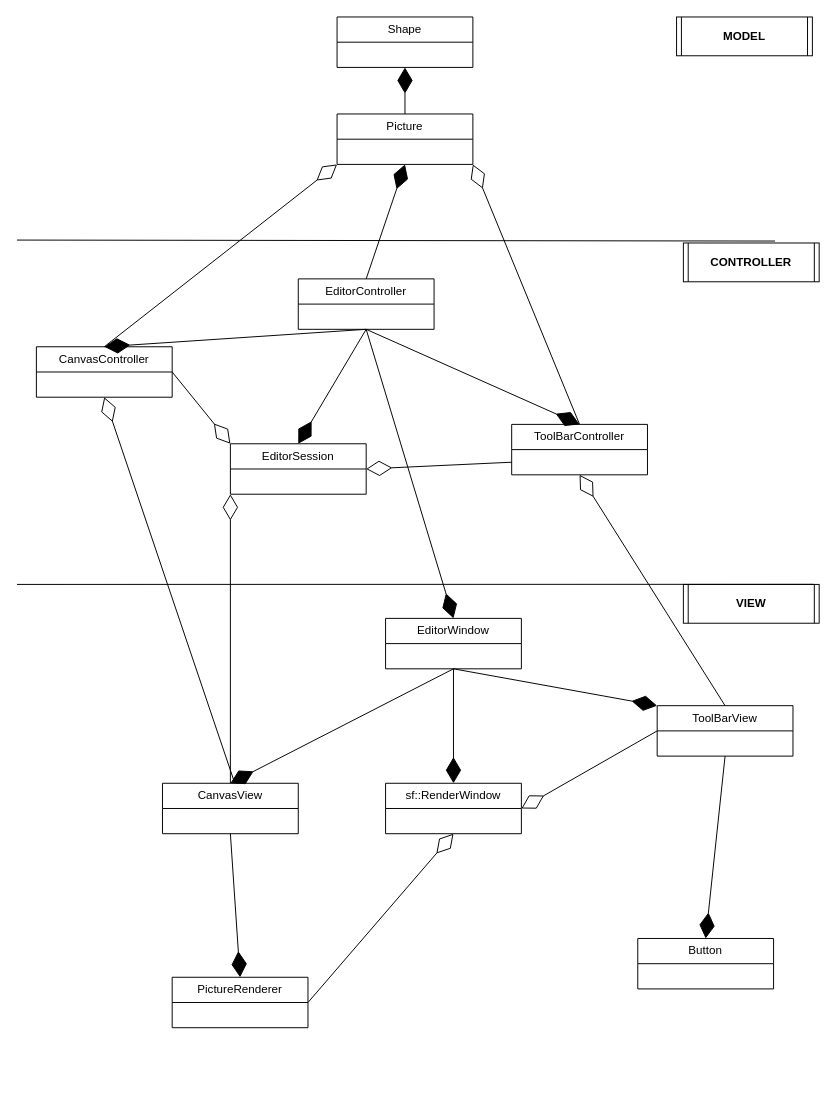
MrTorD/ood keeps this draw.io diagram as lw3/guiShapes/UML.drawio. Above is the earlier version. Source tidied: cells renumbered, new cells numbered last; positions are measured from the earlier drawing's top-left corner, leaving out a move shared by most shapes. Both pictures are drawn from the tidied source at 97%, with x=0, y=0 at pixel (16, 16).
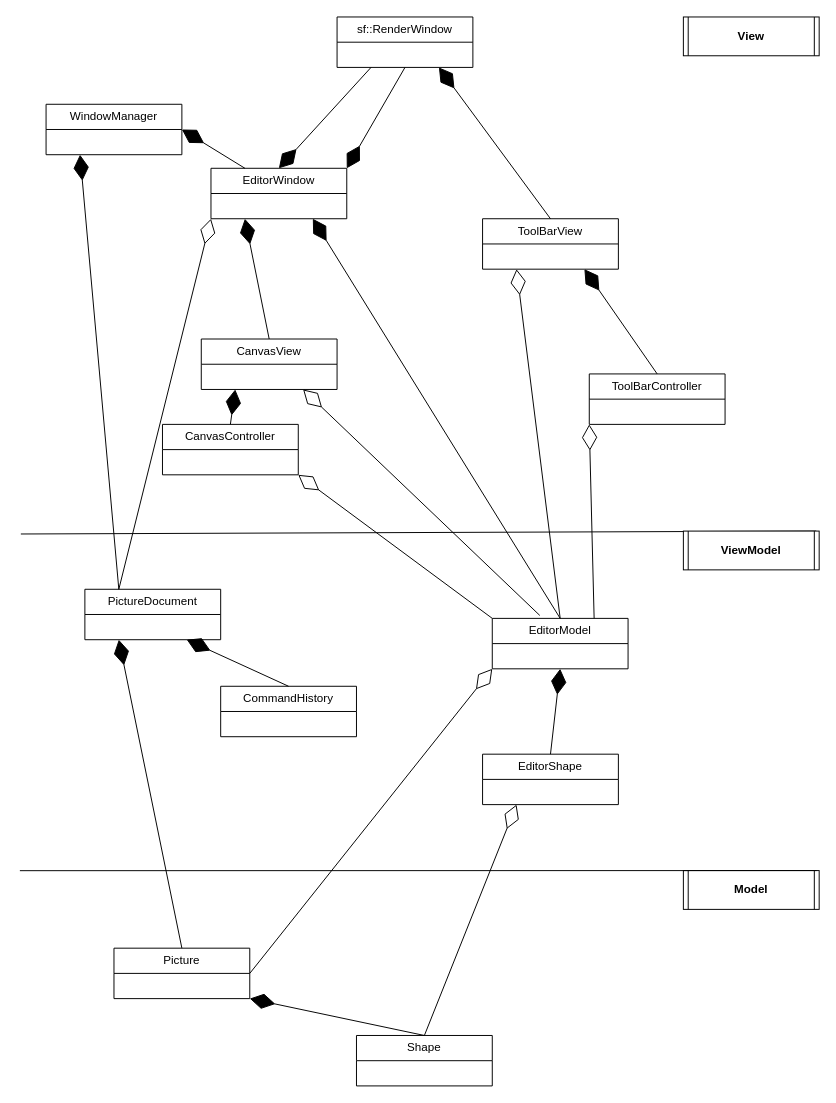
After the change.

Commit message:
lw3 - UML-диаграмма отражает актуальное состояние программы

What changed in the source:
```diff
@@
     <mxCell id="2" value="EditorWindow" style="swimlane;fontStyle=0;horizontal=1;startSize=26;fillColor=none;whiteSpace=wrap;html=1;" parent="1" vertex="1">
-      <mxGeometry x="380" y="620" width="140" height="52" as="geometry" />
+      <mxGeometry x="200" y="156" width="140" height="52" as="geometry" />
     </mxCell>
     <mxCell id="3" value="ToolBarView" style="swimlane;fontStyle=0;horizontal=1;startSize=26;fillColor=none;whiteSpace=wrap;html=1;" parent="1" vertex="1">
-      <mxGeometry x="660" y="710" width="140" height="52" as="geometry" />
+      <mxGeometry x="480" y="208" width="140" height="52" as="geometry" />
     </mxCell>
     <mxCell id="4" value="CanvasView" style="swimlane;fontStyle=0;horizontal=1;startSize=26;fillColor=none;whiteSpace=wrap;html=1;" parent="1" vertex="1">
-      <mxGeometry x="150" y="790" width="140" height="52" as="geometry" />
+      <mxGeometry x="190" y="332" width="140" height="52" as="geometry" />
     </mxCell>
-    <mxCell id="5" style="endArrow=diamondThin;endFill=1;endSize=24;html=1;rounded=0;entryX=0.5;entryY=0;entryDx=0;entryDy=0;exitX=0.5;exitY=1;exitDx=0;exitDy=0;" parent="1" edge="1" source="2" target="4">
+    <mxCell id="5" style="endArrow=diamondThin;endFill=1;endSize=24;html=1;rounded=0;entryX=0.75;entryY=1;entryDx=0;entryDy=0;exitX=0.5;exitY=0;exitDx=0;exitDy=0;" parent="1" edge="1" source="40" target="39">
       <mxGeometry relative="1" as="geometry" />
     </mxCell>
-    <mxCell id="6" style="endArrow=diamondThin;endFill=1;endSize=24;html=1;rounded=0;entryX=0;entryY=0;entryDx=0;entryDy=0;exitX=0.5;exitY=1;exitDx=0;exitDy=0;" parent="1" edge="1" source="2" target="3">
-      <mxGeometry relative="1" as="geometry" />
-    </mxCell>
-    <mxCell id="7" value="PictureRenderer" style="swimlane;fontStyle=0;horizontal=1;startSize=26;fillColor=none;whiteSpace=wrap;html=1;" parent="1" vertex="1">
-      <mxGeometry x="160" y="990" width="140" height="52" as="geometry" />
+    <mxCell id="7" value="ToolBarController" style="swimlane;fontStyle=0;horizontal=1;startSize=26;fillColor=none;whiteSpace=wrap;html=1;" parent="1" vertex="1">
+      <mxGeometry x="590" y="368" width="140" height="52" as="geometry" />
     </mxCell>
-    <mxCell id="8" style="endArrow=diamondThin;endFill=1;endSize=24;html=1;rounded=0;entryX=0.5;entryY=0;entryDx=0;entryDy=0;exitX=0.5;exitY=1;exitDx=0;exitDy=0;" parent="1" edge="1" source="4" target="7">
-      <mxGeometry relative="1" as="geometry" />
-    </mxCell>
-    <mxCell id="9" value="Button" style="swimlane;fontStyle=0;horizontal=1;startSize=26;fillColor=none;whiteSpace=wrap;html=1;" parent="1" vertex="1">
-      <mxGeometry x="640" y="950" width="140" height="52" as="geometry" />
-    </mxCell>
-    <mxCell id="10" style="endArrow=diamondThin;endFill=1;endSize=24;html=1;rounded=0;entryX=0.5;entryY=0;entryDx=0;entryDy=0;exitX=0.5;exitY=1;exitDx=0;exitDy=0;" parent="1" edge="1" source="3" target="9">
-      <mxGeometry relative="1" as="geometry" />
-    </mxCell>
-    <mxCell id="11" value="Picture" style="swimlane;fontStyle=0;horizontal=1;startSize=26;fillColor=none;whiteSpace=wrap;html=1;" parent="1" vertex="1">
-      <mxGeometry x="330" y="100" width="140" height="52" as="geometry" />
-    </mxCell>
-    <mxCell id="12" value="Shape" style="swimlane;fontStyle=0;horizontal=1;startSize=26;fillColor=none;whiteSpace=wrap;html=1;" parent="1" vertex="1">
-      <mxGeometry x="330" width="140" height="52" as="geometry" />
-    </mxCell>
-    <mxCell id="13" style="endArrow=diamondThin;endFill=1;endSize=24;html=1;rounded=0;exitX=0.5;exitY=0;exitDx=0;exitDy=0;entryX=0.5;entryY=1;entryDx=0;entryDy=0;" parent="1" edge="1" source="11" target="12">
-      <mxGeometry relative="1" as="geometry" />
-    </mxCell>
-    <mxCell id="14" value="EditorSession" style="swimlane;fontStyle=0;horizontal=1;startSize=26;fillColor=none;whiteSpace=wrap;html=1;" parent="1" vertex="1">
-      <mxGeometry x="220" y="440" width="140" height="52" as="geometry" />
-    </mxCell>
-    <mxCell id="15" value="EditorController" style="swimlane;fontStyle=0;horizontal=1;startSize=26;fillColor=none;whiteSpace=wrap;html=1;" parent="1" vertex="1">
-      <mxGeometry x="290" y="270" width="140" height="52" as="geometry" />
-    </mxCell>
-    <mxCell id="16" style="endArrow=diamondThin;endFill=1;endSize=24;html=1;rounded=0;entryX=0.5;entryY=0;entryDx=0;entryDy=0;exitX=0.5;exitY=1;exitDx=0;exitDy=0;" parent="1" edge="1" source="15" target="14">
-      <mxGeometry relative="1" as="geometry" />
-    </mxCell>
-    <mxCell id="17" value="ToolBarController" style="swimlane;fontStyle=0;horizontal=1;startSize=26;fillColor=none;whiteSpace=wrap;html=1;" parent="1" vertex="1">
-      <mxGeometry x="510" y="420" width="140" height="52" as="geometry" />
-    </mxCell>
-    <mxCell id="18" value="CanvasController" style="swimlane;fontStyle=0;horizontal=1;startSize=26;fillColor=none;whiteSpace=wrap;html=1;" parent="1" vertex="1">
-      <mxGeometry x="20" y="340" width="140" height="52" as="geometry" />
-    </mxCell>
-    <mxCell id="19" style="endArrow=diamondThin;endFill=1;endSize=24;html=1;rounded=0;entryX=0.5;entryY=0;entryDx=0;entryDy=0;exitX=0.5;exitY=1;exitDx=0;exitDy=0;" parent="1" edge="1" source="15" target="18">
-      <mxGeometry relative="1" as="geometry" />
-    </mxCell>
-    <mxCell id="20" style="endArrow=diamondThin;endFill=1;endSize=24;html=1;rounded=0;entryX=0.5;entryY=0;entryDx=0;entryDy=0;exitX=0.5;exitY=1;exitDx=0;exitDy=0;" parent="1" edge="1" source="15" target="17">
-      <mxGeometry relative="1" as="geometry" />
-    </mxCell>
-    <mxCell id="21" style="endArrow=diamondThin;endFill=0;endSize=24;html=1;rounded=0;exitX=0.5;exitY=0;exitDx=0;exitDy=0;entryX=0.5;entryY=1;entryDx=0;entryDy=0;" parent="1" edge="1" source="3" target="17">
-      <mxGeometry relative="1" as="geometry" />
-    </mxCell>
-    <mxCell id="22" style="endArrow=diamondThin;endFill=1;endSize=24;html=1;rounded=0;entryX=0.5;entryY=0;entryDx=0;entryDy=0;exitX=0.5;exitY=1;exitDx=0;exitDy=0;" parent="1" edge="1" source="15" target="2">
-      <mxGeometry relative="1" as="geometry" />
-    </mxCell>
-    <mxCell id="23" style="endArrow=diamondThin;endFill=1;endSize=24;html=1;rounded=0;entryX=0.5;entryY=1;entryDx=0;entryDy=0;exitX=0.5;exitY=0;exitDx=0;exitDy=0;" parent="1" edge="1" source="15" target="11">
-      <mxGeometry relative="1" as="geometry" />
-    </mxCell>
-    <mxCell id="24" style="endArrow=diamondThin;endFill=0;endSize=24;html=1;rounded=0;exitX=0.5;exitY=0;exitDx=0;exitDy=0;entryX=0;entryY=1;entryDx=0;entryDy=0;" parent="1" edge="1" source="18" target="11">
-      <mxGeometry relative="1" as="geometry" />
-    </mxCell>
-    <mxCell id="25" style="endArrow=diamondThin;endFill=0;endSize=24;html=1;rounded=0;exitX=1;exitY=0.5;exitDx=0;exitDy=0;entryX=0;entryY=0;entryDx=0;entryDy=0;" parent="1" edge="1" source="18" target="14">
-      <mxGeometry relative="1" as="geometry" />
-    </mxCell>
-    <mxCell id="26" style="endArrow=diamondThin;endFill=0;endSize=24;html=1;rounded=0;exitX=0;exitY=0.75;exitDx=0;exitDy=0;entryX=1;entryY=0.5;entryDx=0;entryDy=0;" parent="1" edge="1" source="17" target="14">
-      <mxGeometry relative="1" as="geometry" />
-    </mxCell>
-    <mxCell id="27" style="endArrow=diamondThin;endFill=0;endSize=24;html=1;rounded=0;exitX=0.5;exitY=0;exitDx=0;exitDy=0;entryX=1;entryY=1;entryDx=0;entryDy=0;" parent="1" edge="1" source="17" target="11">
-      <mxGeometry relative="1" as="geometry" />
-    </mxCell>
-    <mxCell id="28" style="endArrow=diamondThin;endFill=0;endSize=24;html=1;rounded=0;exitX=0.5;exitY=0;exitDx=0;exitDy=0;entryX=0;entryY=1;entryDx=0;entryDy=0;" parent="1" edge="1" source="4" target="14">
-      <mxGeometry relative="1" as="geometry" />
-    </mxCell>
-    <mxCell id="29" style="endArrow=diamondThin;endFill=0;endSize=24;html=1;rounded=0;entryX=0.5;entryY=1;entryDx=0;entryDy=0;exitX=0.527;exitY=-0.045;exitDx=0;exitDy=0;exitPerimeter=0;" parent="1" edge="1" source="4" target="18">
-      <mxGeometry relative="1" as="geometry" />
-    </mxCell>
-    <mxCell id="30" value="sf::RenderWindow" style="swimlane;fontStyle=0;horizontal=1;startSize=26;fillColor=none;whiteSpace=wrap;html=1;" parent="1" vertex="1">
-      <mxGeometry x="380" y="790" width="140" height="52" as="geometry" />
-    </mxCell>
-    <mxCell id="31" style="endArrow=diamondThin;endFill=1;endSize=24;html=1;rounded=0;entryX=0.5;entryY=0;entryDx=0;entryDy=0;exitX=0.5;exitY=1;exitDx=0;exitDy=0;" parent="1" edge="1" source="2" target="30">
-      <mxGeometry relative="1" as="geometry" />
-    </mxCell>
-    <mxCell id="32" style="endArrow=diamondThin;endFill=0;endSize=24;html=1;rounded=0;entryX=0.5;entryY=1;entryDx=0;entryDy=0;exitX=1;exitY=0.5;exitDx=0;exitDy=0;" parent="1" edge="1" source="7" target="30">
+    <mxCell id="32" style="endArrow=diamondThin;endFill=0;endSize=24;html=1;rounded=0;exitX=0.25;exitY=0;exitDx=0;exitDy=0;entryX=0;entryY=1;entryDx=0;entryDy=0;" parent="1" edge="1" source="39" target="2">
       <mxGeometry relative="1" as="geometry" />
     </mxCell>
-    <mxCell id="33" style="endArrow=diamondThin;endFill=0;endSize=24;html=1;rounded=0;entryX=1;entryY=0.5;entryDx=0;entryDy=0;exitX=0;exitY=0.5;exitDx=0;exitDy=0;" parent="1" edge="1" source="3" target="30">
-      <mxGeometry relative="1" as="geometry" />
-    </mxCell>
-    <mxCell id="34" value="VIEW" style="shape=process2;fixedSize=1;size=5;fontStyle=1;html=1;whiteSpace=wrap;" parent="1" vertex="1">
-      <mxGeometry x="687" y="585" width="140" height="40" as="geometry" />
+    <mxCell id="34" value="Model" style="shape=process2;fixedSize=1;size=5;fontStyle=1;html=1;whiteSpace=wrap;" parent="1" vertex="1">
+      <mxGeometry x="687" y="880" width="140" height="40" as="geometry" />
     </mxCell>
-    <mxCell id="35" style="endArrow=none;html=1;rounded=0;entryX=0.96;entryY=-0.003;entryDx=0;entryDy=0;entryPerimeter=0;" parent="1" edge="1" target="34">
+    <mxCell id="35" style="endArrow=none;html=1;rounded=0;entryX=0.96;entryY=-0.003;entryDx=0;entryDy=0;entryPerimeter=0;" parent="1" edge="1">
       <mxGeometry relative="1" as="geometry">
-        <mxPoint y="585" as="sourcePoint" />
+        <mxPoint x="3" y="880.1" as="sourcePoint" />
+        <mxPoint x="824.4" y="880" as="targetPoint" />
       </mxGeometry>
     </mxCell>
-    <mxCell id="36" style="endArrow=none;html=1;rounded=0;entryX=0.675;entryY=-0.05;entryDx=0;entryDy=0;entryPerimeter=0;" parent="1" edge="1" target="37">
+    <mxCell id="36" style="endArrow=none;html=1;rounded=0;" parent="1" edge="1">
       <mxGeometry relative="1" as="geometry">
-        <mxPoint y="230" as="sourcePoint" />
+        <mxPoint x="4" y="533" as="sourcePoint" />
+        <mxPoint x="824" y="530" as="targetPoint" />
       </mxGeometry>
     </mxCell>
-    <mxCell id="37" value="CONTROLLER" style="shape=process2;fixedSize=1;size=5;fontStyle=1;html=1;whiteSpace=wrap;" parent="1" vertex="1">
-      <mxGeometry x="687" y="233" width="140" height="40" as="geometry" />
+    <mxCell id="37" value="ViewModel" style="shape=process2;fixedSize=1;size=5;fontStyle=1;html=1;whiteSpace=wrap;" parent="1" vertex="1">
+      <mxGeometry x="687" y="530" width="140" height="40" as="geometry" />
     </mxCell>
-    <mxCell id="38" value="MODEL" style="shape=process2;fixedSize=1;size=5;fontStyle=1;html=1;whiteSpace=wrap;" parent="1" vertex="1">
-      <mxGeometry x="680" width="140" height="40" as="geometry" />
+    <mxCell id="38" value="View" style="shape=process2;fixedSize=1;size=5;fontStyle=1;html=1;whiteSpace=wrap;" parent="1" vertex="1">
+      <mxGeometry x="687" width="140" height="40" as="geometry" />
     </mxCell>
+    <mxCell id="39" value="PictureDocument" style="swimlane;fontStyle=0;horizontal=1;startSize=26;fillColor=none;whiteSpace=wrap;html=1;" parent="1" vertex="1">
+      <mxGeometry x="70" y="590" width="140" height="52" as="geometry" />
+    </mxCell>
+    <mxCell id="11" value="Picture" style="swimlane;fontStyle=0;horizontal=1;startSize=26;fillColor=none;whiteSpace=wrap;html=1;" parent="1" vertex="1">
+      <mxGeometry x="100" y="960" width="140" height="52" as="geometry" />
+    </mxCell>
+    <mxCell id="40" value="CommandHistory" style="swimlane;fontStyle=0;horizontal=1;startSize=26;fillColor=none;whiteSpace=wrap;html=1;" parent="1" vertex="1">
+      <mxGeometry x="210" y="690" width="140" height="52" as="geometry" />
+    </mxCell>
+    <mxCell id="41" style="endArrow=diamondThin;endFill=1;endSize=24;html=1;rounded=0;entryX=0.25;entryY=1;entryDx=0;entryDy=0;exitX=0.5;exitY=0;exitDx=0;exitDy=0;" parent="1" edge="1" source="11" target="39">
+      <mxGeometry relative="1" as="geometry" />
+    </mxCell>
+    <mxCell id="42" value="EditorModel" style="swimlane;fontStyle=0;horizontal=1;startSize=26;fillColor=none;whiteSpace=wrap;html=1;" parent="1" vertex="1">
+      <mxGeometry x="490" y="620" width="140" height="52" as="geometry" />
+    </mxCell>
+    <mxCell id="43" style="endArrow=diamondThin;endFill=1;endSize=24;html=1;rounded=0;entryX=0.25;entryY=1;entryDx=0;entryDy=0;exitX=0.5;exitY=0;exitDx=0;exitDy=0;" parent="1" edge="1" source="4" target="2">
+      <mxGeometry relative="1" as="geometry" />
+    </mxCell>
+    <mxCell id="44" style="endArrow=diamondThin;endFill=1;endSize=24;html=1;rounded=0;entryX=0.75;entryY=1;entryDx=0;entryDy=0;exitX=0.5;exitY=0;exitDx=0;exitDy=0;" parent="1" edge="1" source="42" target="2">
+      <mxGeometry relative="1" as="geometry" />
+    </mxCell>
+    <mxCell id="45" style="endArrow=diamondThin;endFill=1;endSize=24;html=1;rounded=0;exitX=0.25;exitY=1;exitDx=0;exitDy=0;entryX=0.5;entryY=0;entryDx=0;entryDy=0;" parent="1" edge="1" source="30" target="2">
+      <mxGeometry relative="1" as="geometry" />
+    </mxCell>
+    <mxCell id="18" value="CanvasController" style="swimlane;fontStyle=0;horizontal=1;startSize=26;fillColor=none;whiteSpace=wrap;html=1;" parent="1" vertex="1">
+      <mxGeometry x="150" y="420" width="140" height="52" as="geometry" />
+    </mxCell>
+    <mxCell id="46" style="endArrow=diamondThin;endFill=1;endSize=24;html=1;rounded=0;entryX=0.25;entryY=1;entryDx=0;entryDy=0;exitX=0.5;exitY=0;exitDx=0;exitDy=0;" parent="1" edge="1" source="18" target="4">
+      <mxGeometry relative="1" as="geometry" />
+    </mxCell>
+    <mxCell id="47" style="endArrow=diamondThin;endFill=1;endSize=24;html=1;rounded=0;entryX=0.75;entryY=1;entryDx=0;entryDy=0;exitX=0.5;exitY=0;exitDx=0;exitDy=0;" parent="1" edge="1" source="7" target="3">
+      <mxGeometry relative="1" as="geometry" />
+    </mxCell>
+    <mxCell id="48" style="endArrow=diamondThin;endFill=0;endSize=24;html=1;rounded=0;exitX=0.35;exitY=-0.058;exitDx=0;exitDy=0;entryX=0.75;entryY=1;entryDx=0;entryDy=0;exitPerimeter=0;" parent="1" edge="1" source="42" target="4">
+      <mxGeometry relative="1" as="geometry" />
+    </mxCell>
+    <mxCell id="49" style="endArrow=diamondThin;endFill=0;endSize=24;html=1;rounded=0;exitX=0.5;exitY=0;exitDx=0;exitDy=0;entryX=0.25;entryY=1;entryDx=0;entryDy=0;" parent="1" edge="1" source="42" target="3">
+      <mxGeometry relative="1" as="geometry" />
+    </mxCell>
+    <mxCell id="50" style="endArrow=diamondThin;endFill=0;endSize=24;html=1;rounded=0;exitX=0;exitY=0;exitDx=0;exitDy=0;entryX=1;entryY=1;entryDx=0;entryDy=0;" parent="1" edge="1" source="42" target="18">
+      <mxGeometry relative="1" as="geometry" />
+    </mxCell>
+    <mxCell id="51" style="endArrow=diamondThin;endFill=0;endSize=24;html=1;rounded=0;exitX=0.75;exitY=0;exitDx=0;exitDy=0;entryX=0;entryY=1;entryDx=0;entryDy=0;" parent="1" edge="1" source="42" target="7">
+      <mxGeometry relative="1" as="geometry" />
+    </mxCell>
+    <mxCell id="52" value="EditorShape" style="swimlane;fontStyle=0;horizontal=1;startSize=26;fillColor=none;whiteSpace=wrap;html=1;" parent="1" vertex="1">
+      <mxGeometry x="480" y="760" width="140" height="52" as="geometry" />
+    </mxCell>
+    <mxCell id="53" style="endArrow=diamondThin;endFill=1;endSize=24;html=1;rounded=0;entryX=0.5;entryY=1;entryDx=0;entryDy=0;exitX=0.5;exitY=0;exitDx=0;exitDy=0;" parent="1" edge="1" source="52" target="42">
+      <mxGeometry relative="1" as="geometry" />
+    </mxCell>
+    <mxCell id="54" style="endArrow=diamondThin;endFill=0;endSize=24;html=1;rounded=0;entryX=0;entryY=1;entryDx=0;entryDy=0;exitX=1;exitY=0.5;exitDx=0;exitDy=0;" parent="1" edge="1" source="11" target="42">
+      <mxGeometry relative="1" as="geometry" />
+    </mxCell>
+    <mxCell id="12" value="Shape" style="swimlane;fontStyle=0;horizontal=1;startSize=26;fillColor=none;whiteSpace=wrap;html=1;" parent="1" vertex="1">
+      <mxGeometry x="350" y="1050" width="140" height="52" as="geometry" />
+    </mxCell>
+    <mxCell id="55" style="endArrow=diamondThin;endFill=1;endSize=24;html=1;rounded=0;entryX=1;entryY=1;entryDx=0;entryDy=0;exitX=0.5;exitY=0;exitDx=0;exitDy=0;" parent="1" edge="1" source="12" target="11">
+      <mxGeometry relative="1" as="geometry" />
+    </mxCell>
+    <mxCell id="56" style="endArrow=diamondThin;endFill=0;endSize=24;html=1;rounded=0;entryX=0.25;entryY=1;entryDx=0;entryDy=0;exitX=0.5;exitY=0;exitDx=0;exitDy=0;" parent="1" edge="1" source="12" target="52">
+      <mxGeometry relative="1" as="geometry" />
+    </mxCell>
+    <mxCell id="57" style="endArrow=diamondThin;endFill=1;endSize=24;html=1;rounded=0;exitX=0.5;exitY=1;exitDx=0;exitDy=0;entryX=1;entryY=0;entryDx=0;entryDy=0;" parent="1" edge="1" source="30" target="2">
+      <mxGeometry relative="1" as="geometry" />
+    </mxCell>
+    <mxCell id="33" style="endArrow=diamondThin;endFill=1;endSize=24;html=1;rounded=0;exitX=0.5;exitY=0;exitDx=0;exitDy=0;entryX=0.75;entryY=1;entryDx=0;entryDy=0;" parent="1" edge="1" source="3" target="30">
+      <mxGeometry relative="1" as="geometry" />
+    </mxCell>
+    <mxCell id="30" value="sf::RenderWindow" style="swimlane;fontStyle=0;horizontal=1;startSize=26;fillColor=none;whiteSpace=wrap;html=1;" parent="1" vertex="1">
+      <mxGeometry x="330" width="140" height="52" as="geometry" />
+    </mxCell>
+    <mxCell id="58" value="WindowManager" style="swimlane;fontStyle=0;horizontal=1;startSize=26;fillColor=none;whiteSpace=wrap;html=1;" parent="1" vertex="1">
+      <mxGeometry x="30" y="90" width="140" height="52" as="geometry" />
+    </mxCell>
+    <mxCell id="59" style="endArrow=diamondThin;endFill=1;endSize=24;html=1;rounded=0;exitX=0.25;exitY=0;exitDx=0;exitDy=0;entryX=1;entryY=0.5;entryDx=0;entryDy=0;" parent="1" edge="1" source="2" target="58">
+      <mxGeometry relative="1" as="geometry" />
+    </mxCell>
+    <mxCell id="60" style="endArrow=diamondThin;endFill=1;endSize=24;html=1;rounded=0;exitX=0.25;exitY=0;exitDx=0;exitDy=0;entryX=0.25;entryY=1;entryDx=0;entryDy=0;" parent="1" edge="1" source="39" target="58">
+      <mxGeometry relative="1" as="geometry" />
+    </mxCell>
```
